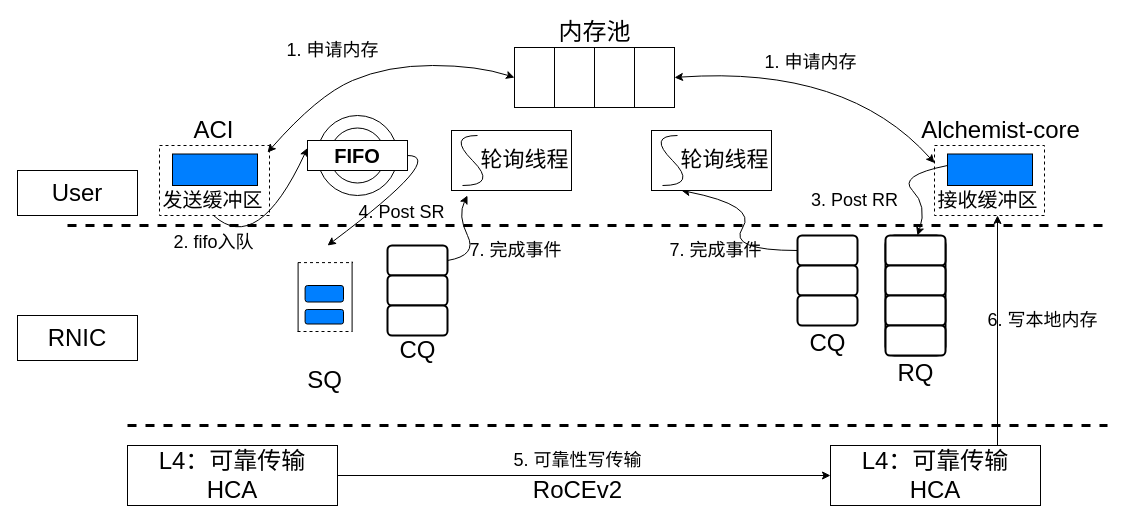
Earlier version of the draw.io diagram page "零拷贝机制通信流程" (23 of 29) of Untitled Diagram.drawio (zwxhnu/Hybrid_Computing). Source tidied: cells renumbered, new cells numbered last; positions are measured from the earlier drawing's top-left corner, leaving out a move shared by most shapes. Both pictures are drawn from the tidied source at 100%, with x=0, y=0 at pixel (17, 17).
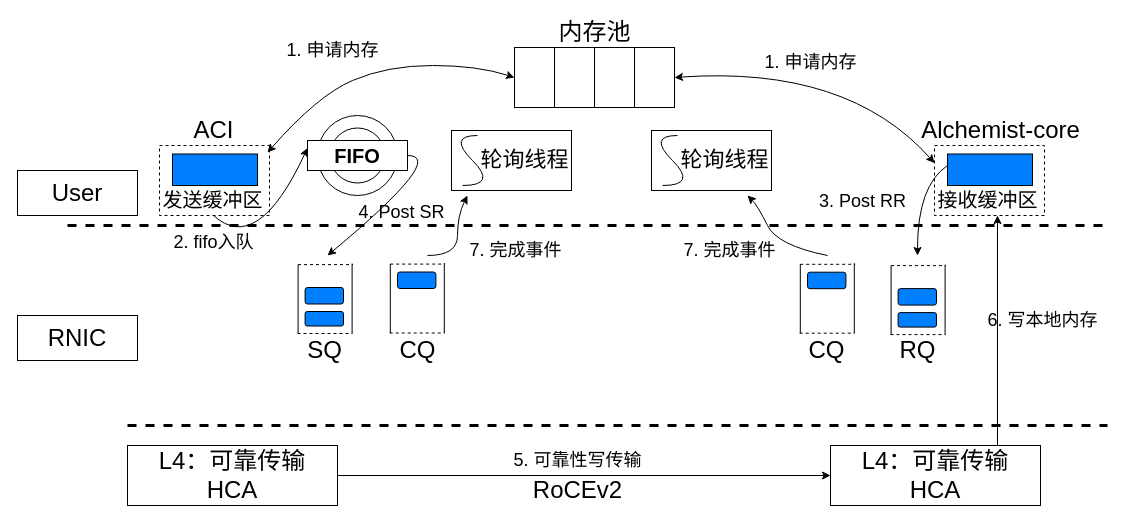
After the change.

Unchanged cells that the change refers to:
```xml
<mxCell id="42" style="rounded=0;whiteSpace=wrap;html=1;fontSize=18;strokeWidth=1;" parent="1" vertex="1">
  <mxGeometry x="634" y="113" width="120" height="60" as="geometry" />
</mxCell>
<mxCell id="59" value="&lt;b&gt;FIFO&lt;/b&gt;" style="rounded=0;whiteSpace=wrap;html=1;fontSize=20;strokeWidth=1;align=center;" parent="1" vertex="1">
  <mxGeometry x="290" y="123" width="100" height="30" as="geometry" />
</mxCell>
```

Diff of the diagram source:
```diff
@@
     <mxCell id="7" value="&lt;font style=&quot;font-size: 24px&quot;&gt;SQ&lt;/font&gt;" style="text;html=1;align=center;verticalAlign=middle;strokeColor=none;fillColor=none;fontSize=18;" parent="1" vertex="1">
-      <mxGeometry x="282" y="348" width="50" height="30" as="geometry" />
+      <mxGeometry x="281.8" y="318" width="50" height="30" as="geometry" />
     </mxCell>
@@
-    <mxCell id="11" style="rounded=1;whiteSpace=wrap;html=1;fontSize=18;strokeWidth=2;" parent="1" vertex="1">
-      <mxGeometry x="370" y="228" width="60" height="30" as="geometry" />
-    </mxCell>
-    <mxCell id="12" style="rounded=1;whiteSpace=wrap;html=1;fontSize=18;strokeWidth=2;" parent="1" vertex="1">
-      <mxGeometry x="370" y="258" width="60" height="30" as="geometry" />
-    </mxCell>
-    <mxCell id="13" style="rounded=1;whiteSpace=wrap;html=1;fontSize=18;strokeWidth=2;" parent="1" vertex="1">
-      <mxGeometry x="370" y="288" width="60" height="30" as="geometry" />
-    </mxCell>
@@
-    <mxCell id="28" style="curved=1;endArrow=classic;html=1;rounded=0;fontSize=18;strokeWidth=1;exitX=1;exitY=0.5;exitDx=0;exitDy=0;" parent="1" edge="1" source="11">
+    <mxCell id="28" style="curved=1;endArrow=classic;html=1;rounded=0;fontSize=18;strokeWidth=1;" parent="1" edge="1">
       <mxGeometry relative="1" as="geometry">
+        <mxPoint x="410" y="238" as="sourcePoint" />
         <mxPoint x="450" y="178" as="targetPoint" />
         <Array as="points">
-          <mxPoint x="460" y="238" />
+          <mxPoint x="440" y="238" />
           <mxPoint x="440" y="198" />
         </Array>
       </mxGeometry>
     </mxCell>
@@
-    <mxCell id="33" style="rounded=1;whiteSpace=wrap;html=1;fontSize=18;strokeWidth=2;" parent="1" vertex="1">
-      <mxGeometry x="868" y="218" width="60" height="120" as="geometry" />
-    </mxCell>
-    <mxCell id="34" style="rounded=1;whiteSpace=wrap;html=1;fontSize=18;strokeWidth=2;" parent="1" vertex="1">
-      <mxGeometry x="868" y="218" width="60" height="30" as="geometry" />
-    </mxCell>
-    <mxCell id="35" style="rounded=1;whiteSpace=wrap;html=1;fontSize=18;strokeWidth=2;" parent="1" vertex="1">
-      <mxGeometry x="868" y="248" width="60" height="30" as="geometry" />
-    </mxCell>
-    <mxCell id="36" style="rounded=1;whiteSpace=wrap;html=1;fontSize=18;strokeWidth=2;" parent="1" vertex="1">
-      <mxGeometry x="868" y="278" width="60" height="30" as="geometry" />
-    </mxCell>
-    <mxCell id="37" style="rounded=1;whiteSpace=wrap;html=1;fontSize=18;strokeWidth=2;" parent="1" vertex="1">
-      <mxGeometry x="868" y="308" width="60" height="30" as="geometry" />
-    </mxCell>
-    <mxCell id="38" style="rounded=1;whiteSpace=wrap;html=1;fontSize=18;strokeWidth=2;" parent="1" vertex="1">
-      <mxGeometry x="780" y="218" width="60" height="30" as="geometry" />
-    </mxCell>
-    <mxCell id="39" style="rounded=1;whiteSpace=wrap;html=1;fontSize=18;strokeWidth=2;" parent="1" vertex="1">
-      <mxGeometry x="780" y="248" width="60" height="30" as="geometry" />
-    </mxCell>
-    <mxCell id="40" style="rounded=1;whiteSpace=wrap;html=1;fontSize=18;strokeWidth=2;" parent="1" vertex="1">
-      <mxGeometry x="780" y="278" width="60" height="30" as="geometry" />
-    </mxCell>
-    <mxCell id="41" style="curved=1;endArrow=classic;html=1;rounded=0;fontSize=18;strokeWidth=1;exitX=0;exitY=0.5;exitDx=0;exitDy=0;entryX=0.25;entryY=1;entryDx=0;entryDy=0;" parent="1" edge="1" source="38" target="42">
+    <mxCell id="41" style="curved=1;endArrow=classic;html=1;rounded=0;fontSize=18;strokeWidth=1;" parent="1" edge="1">
       <mxGeometry relative="1" as="geometry">
+        <mxPoint x="810" y="238" as="sourcePoint" />
+        <mxPoint x="730" y="178" as="targetPoint" />
         <Array as="points">
-          <mxPoint x="710" y="233" />
+          <mxPoint x="760" y="228" />
           <mxPoint x="740" y="188" />
         </Array>
       </mxGeometry>
     </mxCell>
@@
     <mxCell id="45" value="&lt;font style=&quot;font-size: 24px&quot;&gt;CQ&lt;/font&gt;" style="text;html=1;align=center;verticalAlign=middle;strokeColor=none;fillColor=none;fontSize=18;" parent="1" vertex="1">
-      <mxGeometry x="785" y="311" width="50" height="30" as="geometry" />
+      <mxGeometry x="784.2" y="318" width="50" height="30" as="geometry" />
     </mxCell>
     <mxCell id="46" value="&lt;font style=&quot;font-size: 24px&quot;&gt;RQ&lt;/font&gt;" style="text;html=1;align=center;verticalAlign=middle;strokeColor=none;fillColor=none;fontSize=18;" parent="1" vertex="1">
-      <mxGeometry x="873" y="341" width="50" height="30" as="geometry" />
+      <mxGeometry x="874.8" y="318" width="50" height="30" as="geometry" />
     </mxCell>
     <mxCell id="47" style="curved=1;endArrow=classic;html=1;rounded=0;fontSize=18;strokeWidth=1;" parent="1" edge="1">
       <mxGeometry relative="1" as="geometry">
         <mxPoint x="930" y="148" as="sourcePoint" />
-        <mxPoint x="900" y="218" as="targetPoint" />
+        <mxPoint x="900" y="238" as="targetPoint" />
         <Array as="points">
-          <mxPoint x="880" y="158" />
-          <mxPoint x="910" y="188" />
+          <mxPoint x="900" y="168" />
         </Array>
       </mxGeometry>
     </mxCell>
     <mxCell id="48" value="&lt;font style=&quot;font-size: 18px&quot;&gt;3. Post RR&lt;/font&gt;" style="text;html=1;align=center;verticalAlign=middle;strokeColor=none;fillColor=none;fontSize=18;" parent="1" vertex="1">
-      <mxGeometry x="787" y="168" width="100" height="30" as="geometry" />
+      <mxGeometry x="795" y="169" width="100" height="30" as="geometry" />
     </mxCell>
@@
     <mxCell id="53" value="&lt;font style=&quot;font-size: 18px&quot;&gt;7. 完成事件&lt;/font&gt;" style="text;html=1;align=center;verticalAlign=middle;strokeColor=none;fillColor=none;fontSize=18;" parent="1" vertex="1">
-      <mxGeometry x="643" y="218" width="110" height="30" as="geometry" />
+      <mxGeometry x="657" y="218" width="110" height="30" as="geometry" />
     </mxCell>
@@
-    <mxCell id="60" style="curved=1;endArrow=classic;html=1;fontSize=20;startSize=6;endSize=6;strokeWidth=1;exitX=1;exitY=0.5;exitDx=0;exitDy=0;entryX=0.5;entryY=0;entryDx=0;entryDy=0;" parent="1" edge="1" source="59">
+    <mxCell id="60" style="curved=1;endArrow=classic;html=1;fontSize=20;startSize=6;endSize=6;strokeWidth=1;exitX=1;exitY=0.5;exitDx=0;exitDy=0;" parent="1" edge="1" source="59">
       <mxGeometry relative="1" as="geometry">
-        <mxPoint x="310" y="228" as="targetPoint" />
+        <mxPoint x="310" y="238" as="targetPoint" />
         <Array as="points">
           <mxPoint x="430" y="138" />
         </Array>
       </mxGeometry>
     </mxCell>
@@
     <mxCell id="65" style="endArrow=none;html=1;rounded=0;fontSize=18;" parent="1" edge="1">
       <mxGeometry relative="1" as="geometry">
-        <mxPoint x="280.6" y="245" as="sourcePoint" />
-        <mxPoint x="280.6" y="314" as="targetPoint" />
+        <mxPoint x="280.6" y="247" as="sourcePoint" />
+        <mxPoint x="280.6" y="316" as="targetPoint" />
       </mxGeometry>
     </mxCell>
     <mxCell id="66" style="endArrow=none;html=1;rounded=0;fontSize=18;" parent="1" edge="1">
       <mxGeometry relative="1" as="geometry">
-        <mxPoint x="334.6" y="244" as="sourcePoint" />
-        <mxPoint x="334.6" y="314" as="targetPoint" />
+        <mxPoint x="334.6" y="246" as="sourcePoint" />
+        <mxPoint x="334.6" y="316" as="targetPoint" />
       </mxGeometry>
     </mxCell>
     <mxCell id="67" style="rounded=1;whiteSpace=wrap;html=1;fontSize=18;fillColor=#007FFF;direction=south;" parent="1" vertex="1">
-      <mxGeometry x="287.6" y="268" width="38.4" height="16.5" as="geometry" />
+      <mxGeometry x="287.6" y="270" width="38.4" height="16.5" as="geometry" />
     </mxCell>
     <mxCell id="68" style="rounded=1;whiteSpace=wrap;html=1;fontSize=18;fillColor=#007FFF;direction=south;" parent="1" vertex="1">
-      <mxGeometry x="287.6" y="292" width="38.4" height="14.5" as="geometry" />
+      <mxGeometry x="287.6" y="294" width="38.4" height="14.5" as="geometry" />
     </mxCell>
     <mxCell id="69" style="endArrow=none;html=1;rounded=0;dashed=1;" parent="1" edge="1">
       <mxGeometry relative="1" as="geometry">
-        <mxPoint x="280" y="314" as="sourcePoint" />
-        <mxPoint x="335" y="314" as="targetPoint" />
+        <mxPoint x="280" y="316" as="sourcePoint" />
+        <mxPoint x="335" y="316" as="targetPoint" />
       </mxGeometry>
     </mxCell>
     <mxCell id="70" style="endArrow=none;html=1;rounded=0;dashed=1;" parent="1" edge="1">
       <mxGeometry relative="1" as="geometry">
-        <mxPoint x="280.5" y="245.1" as="sourcePoint" />
-        <mxPoint x="335.5" y="245.1" as="targetPoint" />
+        <mxPoint x="280.5" y="247.1" as="sourcePoint" />
+        <mxPoint x="335.5" y="247.1" as="targetPoint" />
       </mxGeometry>
     </mxCell>
+    <mxCell id="71" style="endArrow=none;html=1;rounded=0;fontSize=18;" parent="1" edge="1">
+      <mxGeometry relative="1" as="geometry">
+        <mxPoint x="372.8" y="246.5" as="sourcePoint" />
+        <mxPoint x="372.8" y="315.5" as="targetPoint" />
+      </mxGeometry>
+    </mxCell>
+    <mxCell id="72" style="endArrow=none;html=1;rounded=0;fontSize=18;" parent="1" edge="1">
+      <mxGeometry relative="1" as="geometry">
+        <mxPoint x="426.8" y="245.5" as="sourcePoint" />
+        <mxPoint x="426.8" y="315.5" as="targetPoint" />
+      </mxGeometry>
+    </mxCell>
+    <mxCell id="73" style="rounded=1;whiteSpace=wrap;html=1;fontSize=18;fillColor=#007FFF;direction=south;" parent="1" vertex="1">
+      <mxGeometry x="380" y="254.5" width="38.4" height="16.5" as="geometry" />
+    </mxCell>
+    <mxCell id="74" style="endArrow=none;html=1;rounded=0;dashed=1;" parent="1" edge="1">
+      <mxGeometry relative="1" as="geometry">
+        <mxPoint x="372.2" y="315.5" as="sourcePoint" />
+        <mxPoint x="427.2" y="315.5" as="targetPoint" />
+      </mxGeometry>
+    </mxCell>
+    <mxCell id="75" style="endArrow=none;html=1;rounded=0;dashed=1;" parent="1" edge="1">
+      <mxGeometry relative="1" as="geometry">
+        <mxPoint x="372.7" y="246.6" as="sourcePoint" />
+        <mxPoint x="427.7" y="246.6" as="targetPoint" />
+      </mxGeometry>
+    </mxCell>
+    <mxCell id="76" style="endArrow=none;html=1;rounded=0;fontSize=18;" parent="1" edge="1">
+      <mxGeometry relative="1" as="geometry">
+        <mxPoint x="782.8" y="246.7" as="sourcePoint" />
+        <mxPoint x="782.8" y="315.7" as="targetPoint" />
+      </mxGeometry>
+    </mxCell>
+    <mxCell id="77" style="endArrow=none;html=1;rounded=0;fontSize=18;" parent="1" edge="1">
+      <mxGeometry relative="1" as="geometry">
+        <mxPoint x="836.8" y="245.7" as="sourcePoint" />
+        <mxPoint x="836.8" y="315.7" as="targetPoint" />
+      </mxGeometry>
+    </mxCell>
+    <mxCell id="78" style="rounded=1;whiteSpace=wrap;html=1;fontSize=18;fillColor=#007FFF;direction=south;" parent="1" vertex="1">
+      <mxGeometry x="790" y="254.7" width="38.4" height="16.5" as="geometry" />
+    </mxCell>
+    <mxCell id="79" style="endArrow=none;html=1;rounded=0;dashed=1;" parent="1" edge="1">
+      <mxGeometry relative="1" as="geometry">
+        <mxPoint x="782.2" y="315.7" as="sourcePoint" />
+        <mxPoint x="837.2" y="315.7" as="targetPoint" />
+      </mxGeometry>
+    </mxCell>
+    <mxCell id="80" style="endArrow=none;html=1;rounded=0;dashed=1;" parent="1" edge="1">
+      <mxGeometry relative="1" as="geometry">
+        <mxPoint x="782.7" y="246.8" as="sourcePoint" />
+        <mxPoint x="837.7" y="246.8" as="targetPoint" />
+      </mxGeometry>
+    </mxCell>
+    <mxCell id="81" style="endArrow=none;html=1;rounded=0;fontSize=18;" parent="1" edge="1">
+      <mxGeometry relative="1" as="geometry">
+        <mxPoint x="873.6" y="248.1" as="sourcePoint" />
+        <mxPoint x="873.6" y="317.1" as="targetPoint" />
+      </mxGeometry>
+    </mxCell>
+    <mxCell id="82" style="endArrow=none;html=1;rounded=0;fontSize=18;" parent="1" edge="1">
+      <mxGeometry relative="1" as="geometry">
+        <mxPoint x="927.6" y="247.1" as="sourcePoint" />
+        <mxPoint x="927.6" y="317.1" as="targetPoint" />
+      </mxGeometry>
+    </mxCell>
+    <mxCell id="83" style="rounded=1;whiteSpace=wrap;html=1;fontSize=18;fillColor=#007FFF;direction=south;" parent="1" vertex="1">
+      <mxGeometry x="880.6" y="271.1" width="38.4" height="16.5" as="geometry" />
+    </mxCell>
+    <mxCell id="84" style="rounded=1;whiteSpace=wrap;html=1;fontSize=18;fillColor=#007FFF;direction=south;" parent="1" vertex="1">
+      <mxGeometry x="880.6" y="295.1" width="38.4" height="14.5" as="geometry" />
+    </mxCell>
+    <mxCell id="85" style="endArrow=none;html=1;rounded=0;dashed=1;" parent="1" edge="1">
+      <mxGeometry relative="1" as="geometry">
+        <mxPoint x="873" y="317.1" as="sourcePoint" />
+        <mxPoint x="928" y="317.1" as="targetPoint" />
+      </mxGeometry>
+    </mxCell>
+    <mxCell id="86" style="endArrow=none;html=1;rounded=0;dashed=1;" parent="1" edge="1">
+      <mxGeometry relative="1" as="geometry">
+        <mxPoint x="873.5" y="248.1" as="sourcePoint" />
+        <mxPoint x="928.5" y="248.1" as="targetPoint" />
+      </mxGeometry>
+    </mxCell>
```
